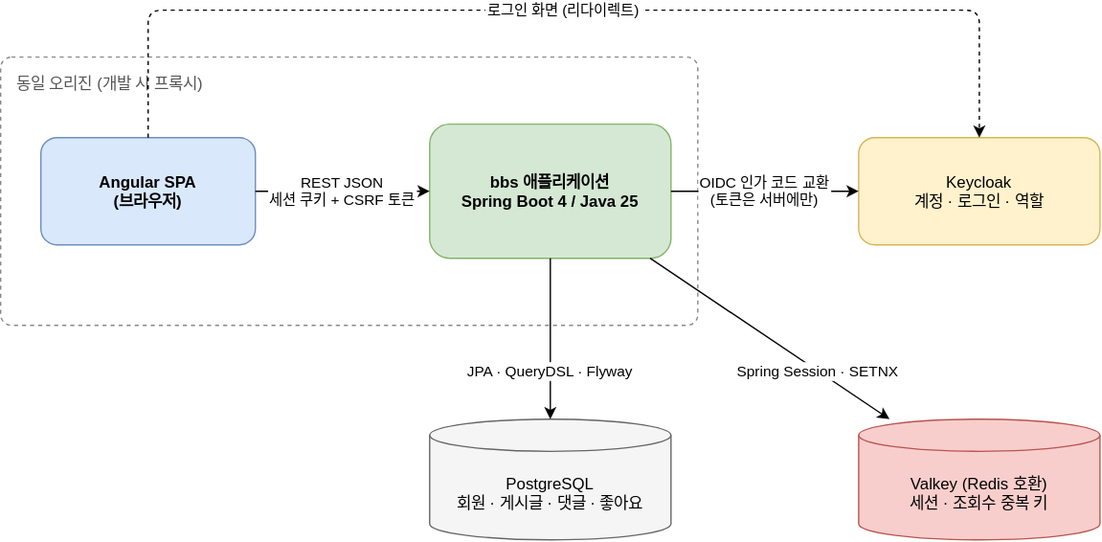
Earlier version of the draw.io export docs/project/diagrams/context.drawio.svg (HseongH/bbs). Source tidied: cells renumbered, new cells last; positions are measured from the earlier drawing's top-left corner, leaving out a move shared by most shapes.
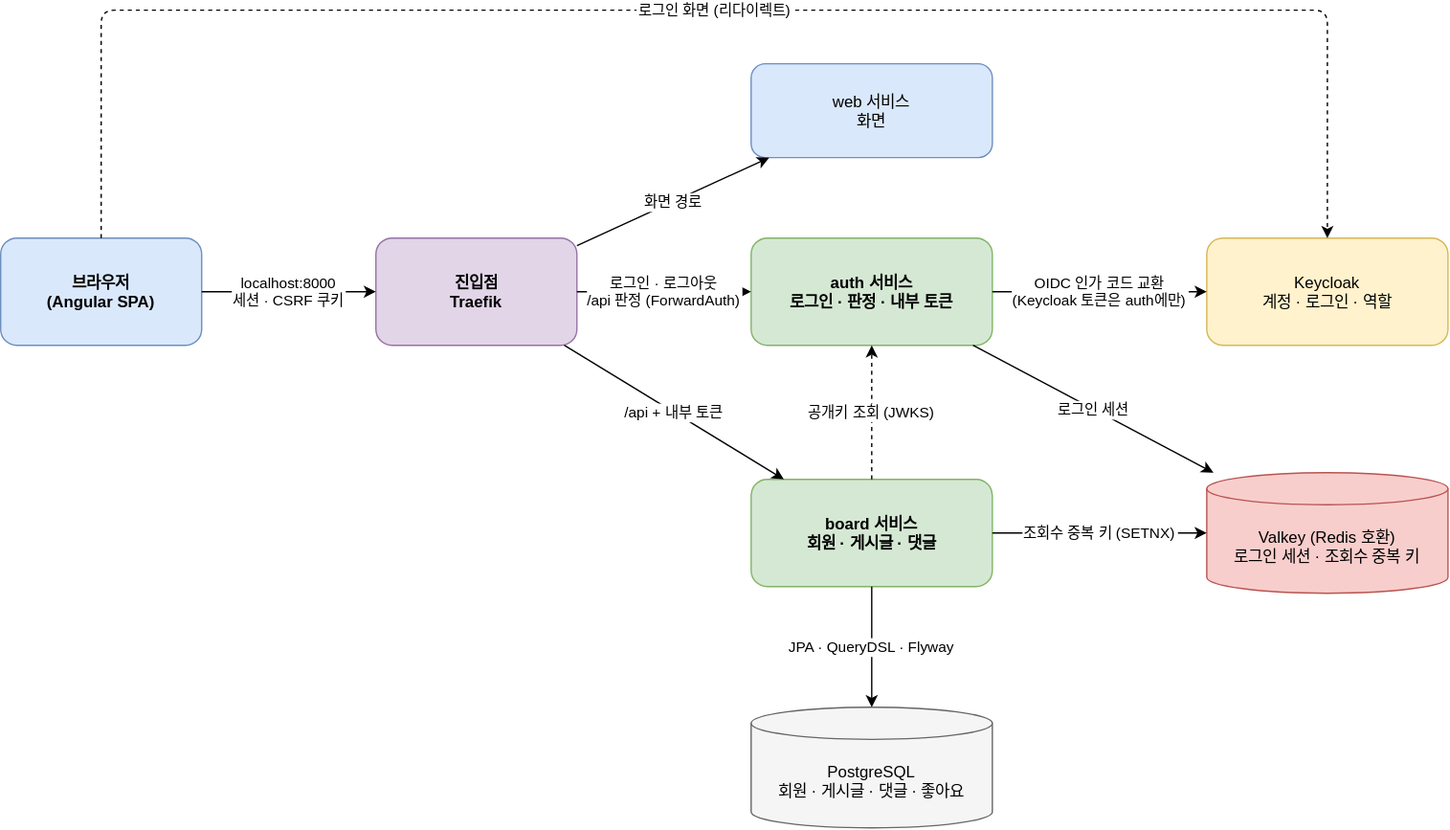
After the change.

Commit message:
docs: auth 분리의 QA 판정과 구성도를 반영한다

Diff of the diagram source:
```diff
@@ -2,43 +2,64 @@
   <root>
     <mxCell id="0" />
     <mxCell id="1" parent="0" />
-    <mxCell id="2" value="동일 오리진 (개발 시 프록시)" style="rounded=1;dashed=1;fillColor=none;strokeColor=#888888;verticalAlign=top;align=left;spacingLeft=10;spacingTop=6;fontColor=#555555;arcSize=4;" parent="1" vertex="1">
-      <mxGeometry y="35" width="520" height="200" as="geometry" />
-    </mxCell>
-    <mxCell id="3" value="Angular SPA&#10;(브라우저)" style="rounded=1;fillColor=#dae8fc;strokeColor=#6c8ebf;fontStyle=1;" parent="1" vertex="1">
-      <mxGeometry x="30" y="95" width="160" height="80" as="geometry" />
-    </mxCell>
-    <mxCell id="4" value="bbs 애플리케이션&#10;Spring Boot 4 / Java 25" style="rounded=1;fillColor=#d5e8d4;strokeColor=#82b366;fontStyle=1;" parent="1" vertex="1">
-      <mxGeometry x="320" y="85" width="180" height="100" as="geometry" />
-    </mxCell>
+    <mxCell id="13" value="브라우저&#10;(Angular SPA)" style="rounded=1;fillColor=#dae8fc;strokeColor=#6c8ebf;fontStyle=1;" parent="1" vertex="1">
+      <mxGeometry y="115" width="150" height="80" as="geometry" />
+    </mxCell>
+    <mxCell id="14" value="진입점&#10;Traefik" style="rounded=1;fillColor=#e1d5e7;strokeColor=#9673a6;fontStyle=1;" parent="1" vertex="1">
+      <mxGeometry x="280" y="115" width="150" height="80" as="geometry" />
+    </mxCell>
+    <mxCell id="15" value="web 서비스&#10;화면" style="rounded=1;fillColor=#dae8fc;strokeColor=#6c8ebf;" parent="1" vertex="1">
+      <mxGeometry x="560" y="-15" width="180" height="70" as="geometry" />
+    </mxCell>
+    <mxCell id="16" value="auth 서비스&#10;로그인 · 판정 · 내부 토큰" style="rounded=1;fillColor=#d5e8d4;strokeColor=#82b366;fontStyle=1;" parent="1" vertex="1">
+      <mxGeometry x="560" y="115" width="180" height="80" as="geometry" />
+    </mxCell>
+    <mxCell id="17" value="board 서비스&#10;회원 · 게시글 · 댓글" style="rounded=1;fillColor=#d5e8d4;strokeColor=#82b366;fontStyle=1;" parent="1" vertex="1">
+      <mxGeometry x="560" y="295" width="180" height="80" as="geometry" />
+    </mxCell>
     <mxCell id="5" value="Keycloak&#10;계정 · 로그인 · 역할" style="rounded=1;fillColor=#fff2cc;strokeColor=#d6b656;" parent="1" vertex="1">
-      <mxGeometry x="640" y="95" width="180" height="80" as="geometry" />
+      <mxGeometry x="900" y="115" width="180" height="80" as="geometry" />
     </mxCell>
     <mxCell id="6" value="PostgreSQL&#10;회원 · 게시글 · 댓글 · 좋아요" style="shape=cylinder3;boundedLbl=1;size=12;fillColor=#f5f5f5;strokeColor=#666666;" parent="1" vertex="1">
-      <mxGeometry x="320" y="305" width="180" height="90" as="geometry" />
+      <mxGeometry x="560" y="465" width="180" height="90" as="geometry" />
     </mxCell>
-    <mxCell id="7" value="Valkey (Redis 호환)&#10;세션 · 조회수 중복 키" style="shape=cylinder3;boundedLbl=1;size=12;fillColor=#f8cecc;strokeColor=#b85450;" parent="1" vertex="1">
-      <mxGeometry x="640" y="305" width="180" height="90" as="geometry" />
-    </mxCell>
+    <mxCell id="18" value="Valkey (Redis 호환)&#10;로그인 세션 · 조회수 중복 키" style="shape=cylinder3;boundedLbl=1;size=12;fillColor=#f8cecc;strokeColor=#b85450;" parent="1" vertex="1">
+      <mxGeometry x="900" y="290" width="180" height="90" as="geometry" />
+    </mxCell>
-    <mxCell id="8" value="REST JSON&#10;세션 쿠키 + CSRF 토큰" style="endArrow=classic;fontSize=11;labelBackgroundColor=#ffffff;" parent="1" edge="1" source="3" target="4">
+    <mxCell id="8" value="localhost:8000&#10;세션 · CSRF 쿠키" style="endArrow=classic;fontSize=11;labelBackgroundColor=#ffffff;" parent="1" edge="1" source="13" target="14">
       <mxGeometry relative="1" as="geometry" />
     </mxCell>
-    <mxCell id="9" value="OIDC 인가 코드 교환&#10;(토큰은 서버에만)" style="endArrow=classic;fontSize=11;labelBackgroundColor=#ffffff;" parent="1" edge="1" source="4" target="5">
+    <mxCell id="9" value="화면 경로" style="endArrow=classic;fontSize=11;labelBackgroundColor=#ffffff;" parent="1" edge="1" source="14" target="15">
       <mxGeometry relative="1" as="geometry" />
     </mxCell>
-    <mxCell id="10" value="로그인 화면 (리다이렉트)" style="endArrow=classic;dashed=1;fontSize=11;labelBackgroundColor=#ffffff;edgeStyle=orthogonalEdgeStyle;exitX=0.5;exitY=0;entryX=0.5;entryY=0;" parent="1" edge="1" source="3" target="5">
-      <mxGeometry relative="1" as="geometry">
-        <Array as="points">
-          <mxPoint x="110" />
-          <mxPoint x="730" />
-        </Array>
-      </mxGeometry>
+    <mxCell id="10" value="로그인 · 로그아웃&#10;/api 판정 (ForwardAuth)" style="endArrow=classic;fontSize=11;labelBackgroundColor=#ffffff;" parent="1" edge="1" source="14" target="16">
+      <mxGeometry relative="1" as="geometry" />
     </mxCell>
-    <mxCell id="11" value="JPA · QueryDSL · Flyway" style="endArrow=classic;fontSize=11;labelBackgroundColor=#ffffff;" parent="1" edge="1" source="4" target="6">
-      <mxGeometry x="0.4" relative="1" as="geometry" />
+    <mxCell id="11" value="/api + 내부 토큰" style="endArrow=classic;fontSize=11;labelBackgroundColor=#ffffff;" parent="1" edge="1" source="14" target="17">
+      <mxGeometry relative="1" as="geometry" />
     </mxCell>
-    <mxCell id="12" value="Spring Session · SETNX" style="endArrow=classic;fontSize=11;labelBackgroundColor=#ffffff;" parent="1" edge="1" source="4" target="7">
-      <mxGeometry x="0.4" relative="1" as="geometry" />
+    <mxCell id="12" value="OIDC 인가 코드 교환&#10;(Keycloak 토큰은 auth에만)" style="endArrow=classic;fontSize=11;labelBackgroundColor=#ffffff;" parent="1" edge="1" source="16" target="5">
+      <mxGeometry relative="1" as="geometry" />
     </mxCell>
+    <mxCell id="19" value="로그인 화면 (리다이렉트)" style="endArrow=classic;dashed=1;fontSize=11;labelBackgroundColor=#ffffff;edgeStyle=orthogonalEdgeStyle;exitX=0.5;exitY=0;entryX=0.5;entryY=0;" parent="1" edge="1" source="13" target="5">
+      <mxGeometry relative="1" as="geometry">
+        <Array as="points">
+          <mxPoint x="75" y="-55" />
+          <mxPoint x="990" y="-55" />
+        </Array>
+      </mxGeometry>
+    </mxCell>
+    <mxCell id="20" value="공개키 조회 (JWKS)" style="endArrow=classic;dashed=1;fontSize=11;labelBackgroundColor=#ffffff;" parent="1" edge="1" source="17" target="16">
+      <mxGeometry relative="1" as="geometry" />
+    </mxCell>
+    <mxCell id="21" value="로그인 세션" style="endArrow=classic;fontSize=11;labelBackgroundColor=#ffffff;" parent="1" edge="1" source="16" target="18">
+      <mxGeometry relative="1" as="geometry" />
+    </mxCell>
+    <mxCell id="22" value="조회수 중복 키 (SETNX)" style="endArrow=classic;fontSize=11;labelBackgroundColor=#ffffff;" parent="1" edge="1" source="17" target="18">
+      <mxGeometry relative="1" as="geometry" />
+    </mxCell>
+    <mxCell id="23" value="JPA · QueryDSL · Flyway" style="endArrow=classic;fontSize=11;labelBackgroundColor=#ffffff;" parent="1" edge="1" source="17" target="6">
+      <mxGeometry relative="1" as="geometry" />
+    </mxCell>
   </root>
 </mxGraphModel>
```
